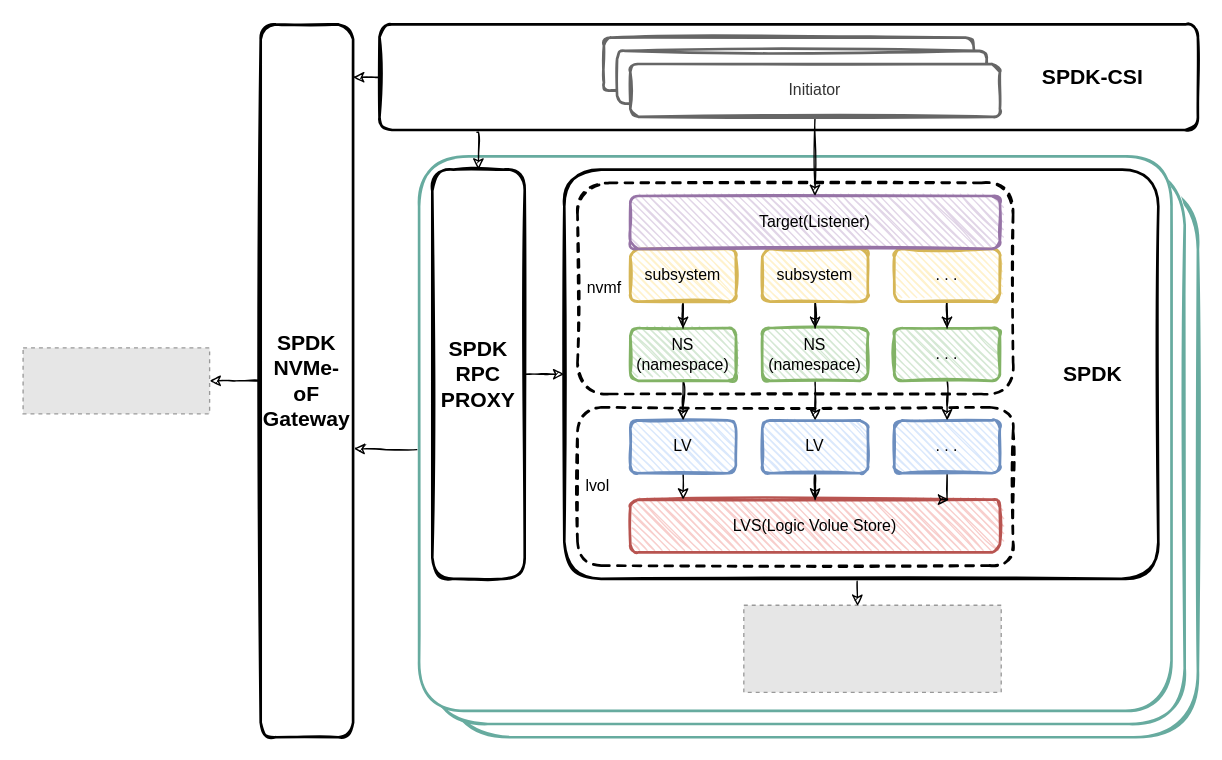
The draw.io diagram spdk/spdk_nvmf.drawio in EarthWind/deeparch, before the edit. Source tidied: cells renumbered, new cells numbered last; positions are measured from the earlier drawing's top-left corner, leaving out a move shared by most shapes. Both pictures are drawn from the tidied source at 132%, with x=0, y=0 at pixel (22, 24). Pictures stored in the file or linked from it are replaced by grey dashed boxes.
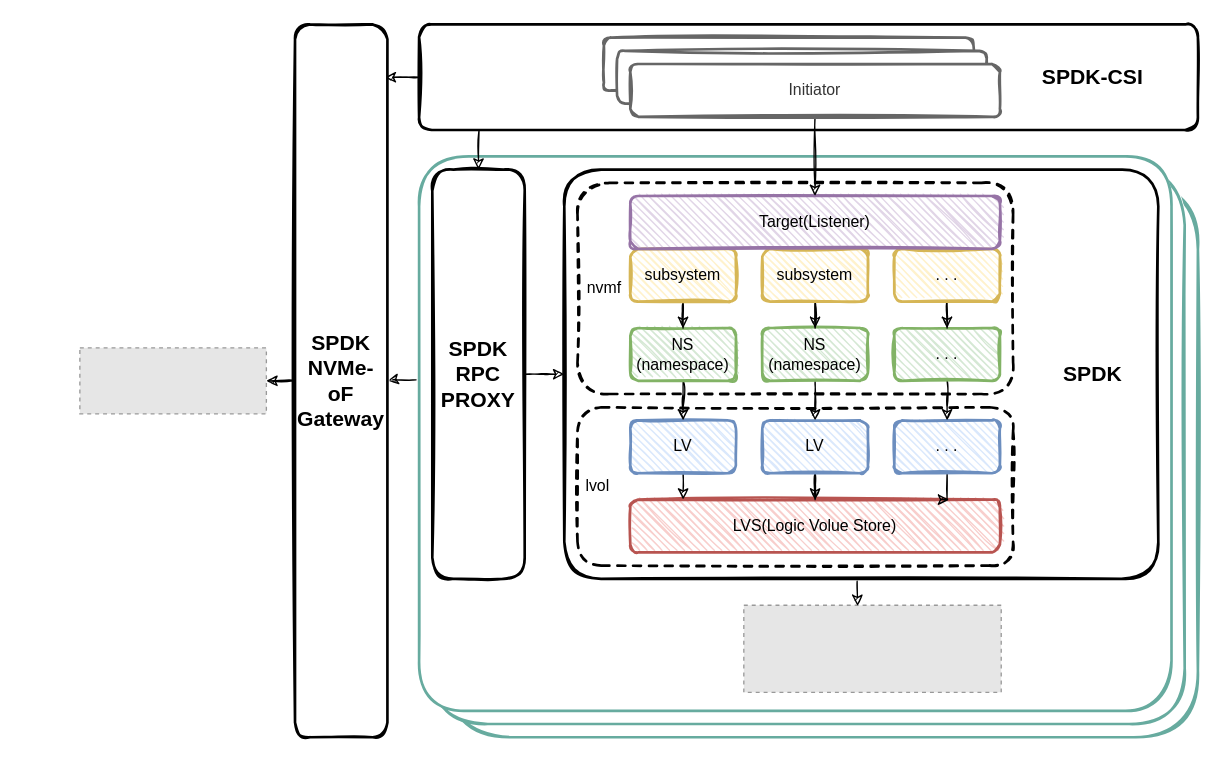
The same page after the edit.

The change refers to these unchanged cells:
```xml
<mxCell id="5" value="&lt;font style=&quot;font-size: 16px&quot;&gt;&lt;b&gt;&lt;br&gt;&lt;/b&gt;&lt;/font&gt;" style="rounded=1;whiteSpace=wrap;html=1;strokeWidth=2;fillWeight=1;hachureGap=4;hachureAngle=45;sketch=1;strokeColor=#67AB9F;arcSize=9;" parent="1" vertex="1">
  <mxGeometry x="300" y="100" width="570" height="420" as="geometry" />
</mxCell>
<mxCell id="43" value="&lt;font style=&quot;font-size: 16px&quot;&gt;&lt;b&gt;SPDK&lt;br&gt;RPC&lt;br&gt;PROXY&lt;br&gt;&lt;/b&gt;&lt;/font&gt;" style="rounded=1;whiteSpace=wrap;html=1;strokeWidth=2;fillWeight=1;hachureGap=4;hachureAngle=45;sketch=1;strokeColor=#000000;arcSize=23;" parent="1" vertex="1">
  <mxGeometry x="310" y="110" width="70" height="310" as="geometry" />
</mxCell>
```

The edit, as a diff of the source:
```diff
@@
-    <mxCell id="4" style="edgeStyle=orthogonalEdgeStyle;rounded=0;sketch=1;jettySize=auto;html=1;entryX=1.007;entryY=0.595;entryDx=0;entryDy=0;entryPerimeter=0;fontSize=16;strokeWidth=1;exitX=-0.003;exitY=0.529;exitDx=0;exitDy=0;exitPerimeter=0;" parent="1" edge="1" source="5" target="41">
-      <mxGeometry relative="1" as="geometry" />
+    <mxCell id="4" style="edgeStyle=orthogonalEdgeStyle;rounded=0;sketch=1;jettySize=auto;html=1;entryX=1;entryY=0.5;entryDx=0;entryDy=0;fontSize=16;strokeWidth=1;exitX=-0.004;exitY=0.403;exitDx=0;exitDy=0;exitPerimeter=0;" parent="1" edge="1" source="5" target="41">
+      <mxGeometry relative="1" as="geometry">
+        <Array as="points">
+          <mxPoint x="280" y="269" />
+          <mxPoint x="250" y="270" />
+        </Array>
+      </mxGeometry>
     </mxCell>
@@
-    <mxCell id="6" style="edgeStyle=orthogonalEdgeStyle;rounded=0;sketch=1;jettySize=auto;html=1;entryX=1.004;entryY=0.091;entryDx=0;entryDy=0;entryPerimeter=0;fontSize=16;" parent="1" edge="1" source="8">
+    <mxCell id="6" style="edgeStyle=orthogonalEdgeStyle;rounded=0;sketch=1;jettySize=auto;html=1;fontSize=16;" parent="1" edge="1" source="8">
       <mxGeometry relative="1" as="geometry">
-        <mxPoint x="250.3" y="40" as="targetPoint" />
+        <mxPoint x="274" y="40" as="targetPoint" />
       </mxGeometry>
     </mxCell>
-    <mxCell id="7" style="edgeStyle=orthogonalEdgeStyle;rounded=0;sketch=1;jettySize=auto;html=1;entryX=0.5;entryY=0;entryDx=0;entryDy=0;fontSize=16;exitX=0.119;exitY=1.021;exitDx=0;exitDy=0;exitPerimeter=0;" parent="1" edge="1" source="8" target="43">
+    <mxCell id="7" style="edgeStyle=orthogonalEdgeStyle;rounded=0;sketch=1;jettySize=auto;html=1;entryX=0.5;entryY=0;entryDx=0;entryDy=0;fontSize=16;exitX=0.077;exitY=0.993;exitDx=0;exitDy=0;exitPerimeter=0;" parent="1" edge="1" source="8" target="43">
       <mxGeometry relative="1" as="geometry">
         <Array as="points">
-          <mxPoint x="345" y="82" />
+          <mxPoint x="345" y="79" />
         </Array>
       </mxGeometry>
     </mxCell>
     <mxCell id="8" style="rounded=1;whiteSpace=wrap;html=1;strokeWidth=2;fillWeight=1;hachureGap=4;hachureAngle=45;sketch=1;strokeColor=#000000;arcSize=12;" parent="1" vertex="1">
-      <mxGeometry x="270" width="620" height="80" as="geometry" />
+      <mxGeometry x="300" width="590" height="80" as="geometry" />
     </mxCell>
@@
     <mxCell id="41" value="&lt;font style=&quot;font-size: 16px&quot;&gt;&lt;b&gt;SPDK&lt;br&gt;NVMe-oF&lt;br&gt;Gateway&lt;/b&gt;&lt;/font&gt;" style="rounded=1;whiteSpace=wrap;html=1;strokeWidth=2;fillWeight=1;hachureGap=4;hachureAngle=45;sketch=1;strokeColor=#000000;arcSize=16;" parent="1" vertex="1">
-      <mxGeometry x="180" width="70" height="540" as="geometry" />
+      <mxGeometry x="206" width="70" height="540" as="geometry" />
     </mxCell>
@@
     <mxCell id="44" style="fillColor=#E6E6E6;strokeColor=#999999;dashed=1;verticalLabelPosition=bottom;labelBackgroundColor=#ffffff;verticalAlign=top;" parent="1" vertex="1">
-      <mxGeometry y="245" width="141.3" height="50" as="geometry" />
+      <mxGeometry x="43" y="245" width="141.3" height="50" as="geometry" />
     </mxCell>
```
